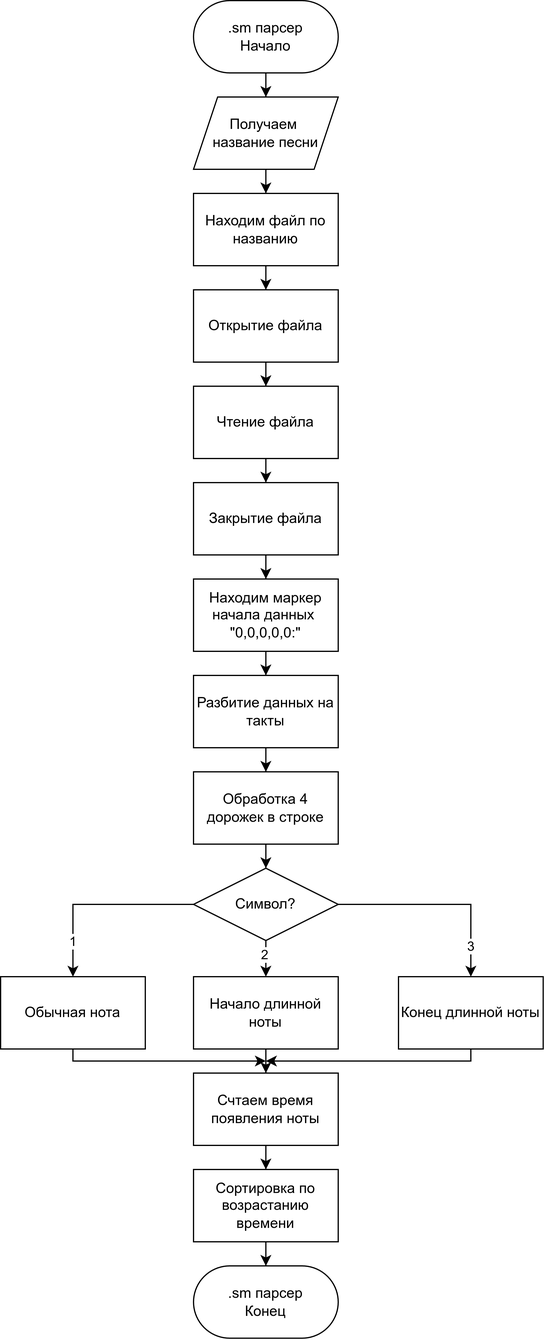
Before: project/drawio/sm_parser.drawio.png, a diagram exported from draw.io (bruress/Cuppa). Source tidied: cells renumbered, new cells last; positions are measured from the earlier drawing's top-left corner, leaving out a move shared by most shapes.
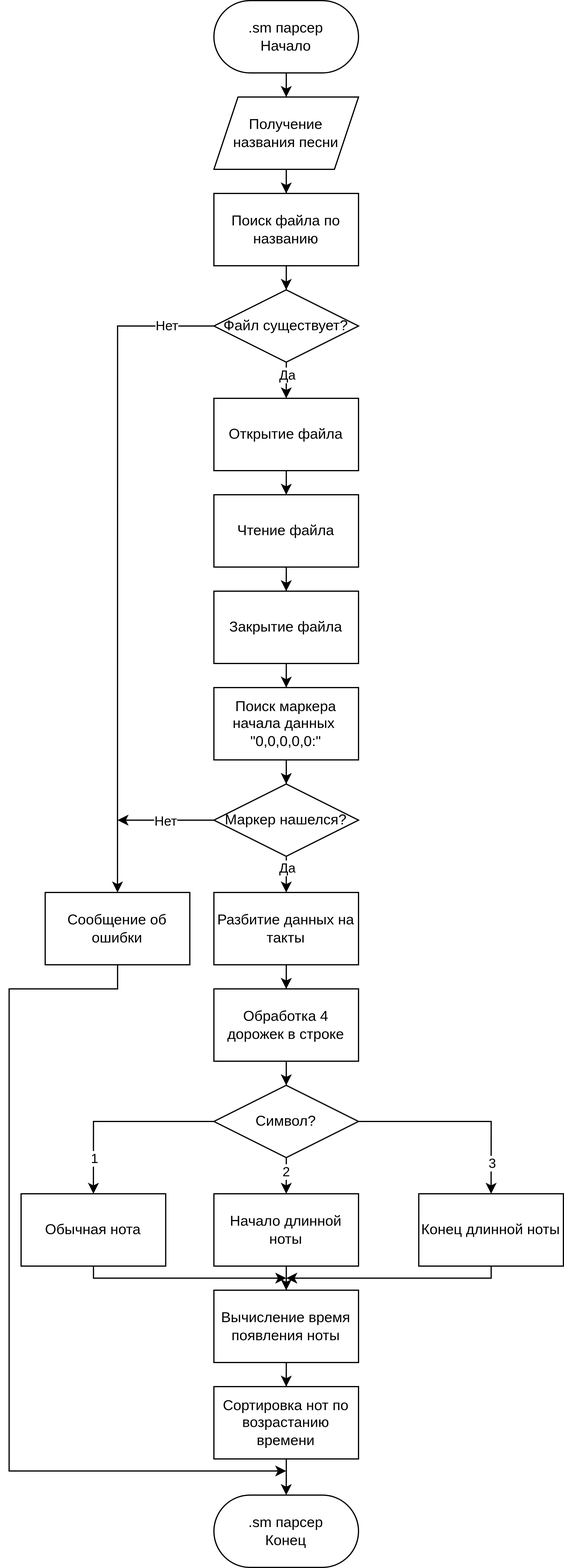
After the change.

What changed in the source:
```diff
@@ -12,47 +12,47 @@
       <mxGeometry relative="1" as="geometry" />
     </mxCell>
     <mxCell id="5" value="Открытие файла" style="rounded=0;whiteSpace=wrap;html=1;" parent="1" vertex="1">
-      <mxGeometry x="160" y="240" width="120" height="60" as="geometry" />
+      <mxGeometry x="160" y="330" width="120" height="60" as="geometry" />
     </mxCell>
     <mxCell id="6" style="edgeStyle=orthogonalEdgeStyle;rounded=0;jettySize=auto;html=1;entryX=0.5;entryY=0;entryDx=0;entryDy=0;" parent="1" edge="1" source="7" target="13">
       <mxGeometry relative="1" as="geometry" />
     </mxCell>
     <mxCell id="7" value="Чтение файла" style="rounded=0;whiteSpace=wrap;html=1;" parent="1" vertex="1">
-      <mxGeometry x="160" y="320" width="120" height="60" as="geometry" />
+      <mxGeometry x="160" y="410" width="120" height="60" as="geometry" />
     </mxCell>
     <mxCell id="8" style="edgeStyle=orthogonalEdgeStyle;rounded=0;jettySize=auto;html=1;entryX=0.5;entryY=0;entryDx=0;entryDy=0;" parent="1" edge="1" source="9" target="11">
       <mxGeometry relative="1" as="geometry" />
     </mxCell>
-    <mxCell id="9" value="Получаем&amp;nbsp;&lt;div&gt;название песни&lt;/div&gt;" style="shape=parallelogram;perimeter=parallelogramPerimeter;whiteSpace=wrap;html=1;fixedSize=1;" parent="1" vertex="1">
+    <mxCell id="9" value="Получение&lt;div&gt;названия песни&lt;/div&gt;" style="shape=parallelogram;perimeter=parallelogramPerimeter;whiteSpace=wrap;html=1;fixedSize=1;" parent="1" vertex="1">
       <mxGeometry x="160" y="80" width="120" height="60" as="geometry" />
     </mxCell>
-    <mxCell id="10" style="edgeStyle=orthogonalEdgeStyle;rounded=0;jettySize=auto;html=1;entryX=0.5;entryY=0;entryDx=0;entryDy=0;" parent="1" edge="1" source="11" target="5">
-      <mxGeometry relative="1" as="geometry" />
-    </mxCell>
+    <mxCell id="38" style="edgeStyle=orthogonalEdgeStyle;rounded=0;jettySize=auto;html=1;entryX=0.5;entryY=0;entryDx=0;entryDy=0;" parent="1" edge="1" source="11" target="44">
+      <mxGeometry relative="1" as="geometry" />
+    </mxCell>
-    <mxCell id="11" value="Находим файл по названию" style="rounded=0;whiteSpace=wrap;html=1;" parent="1" vertex="1">
+    <mxCell id="11" value="Поиск файла по названию" style="rounded=0;whiteSpace=wrap;html=1;" parent="1" vertex="1">
       <mxGeometry x="160" y="160" width="120" height="60" as="geometry" />
     </mxCell>
     <mxCell id="12" style="edgeStyle=orthogonalEdgeStyle;rounded=0;jettySize=auto;html=1;entryX=0.5;entryY=0;entryDx=0;entryDy=0;" parent="1" edge="1" source="13" target="15">
       <mxGeometry relative="1" as="geometry" />
     </mxCell>
     <mxCell id="13" value="Закрытие файла" style="rounded=0;whiteSpace=wrap;html=1;" parent="1" vertex="1">
-      <mxGeometry x="160" y="400" width="120" height="60" as="geometry" />
+      <mxGeometry x="160" y="490" width="120" height="60" as="geometry" />
     </mxCell>
-    <mxCell id="14" style="edgeStyle=orthogonalEdgeStyle;rounded=0;jettySize=auto;html=1;entryX=0.5;entryY=0;entryDx=0;entryDy=0;" parent="1" edge="1" source="15" target="17">
-      <mxGeometry relative="1" as="geometry" />
-    </mxCell>
+    <mxCell id="39" style="edgeStyle=orthogonalEdgeStyle;rounded=0;jettySize=auto;html=1;entryX=0.5;entryY=0;entryDx=0;entryDy=0;" parent="1" edge="1" source="15" target="51">
+      <mxGeometry relative="1" as="geometry" />
+    </mxCell>
-    <mxCell id="15" value="Находим маркер начала данных&amp;nbsp;&lt;div&gt;&quot;0,0,0,0,0:&quot;&lt;/div&gt;" style="rounded=0;whiteSpace=wrap;html=1;" parent="1" vertex="1">
-      <mxGeometry x="160" y="480" width="120" height="60" as="geometry" />
+    <mxCell id="15" value="Поиск маркера начала данных&amp;nbsp;&lt;div&gt;&quot;0,0,0,0,0:&quot;&lt;/div&gt;" style="rounded=0;whiteSpace=wrap;html=1;" parent="1" vertex="1">
+      <mxGeometry x="160" y="570" width="120" height="60" as="geometry" />
     </mxCell>
     <mxCell id="16" style="edgeStyle=orthogonalEdgeStyle;rounded=0;jettySize=auto;html=1;entryX=0.5;entryY=0;entryDx=0;entryDy=0;" parent="1" edge="1" source="17" target="26">
       <mxGeometry relative="1" as="geometry" />
     </mxCell>
     <mxCell id="17" value="Разбитие данных на такты" style="rounded=0;whiteSpace=wrap;html=1;" parent="1" vertex="1">
-      <mxGeometry x="160" y="560" width="120" height="60" as="geometry" />
+      <mxGeometry x="160" y="740" width="120" height="60" as="geometry" />
     </mxCell>
     <mxCell id="18" style="edgeStyle=orthogonalEdgeStyle;rounded=0;jettySize=auto;html=1;entryX=0.5;entryY=0;entryDx=0;entryDy=0;" parent="1" edge="1" source="24">
       <mxGeometry relative="1" as="geometry">
-        <mxPoint x="220" y="810" as="targetPoint" />
+        <mxPoint x="220" y="990" as="targetPoint" />
       </mxGeometry>
     </mxCell>
     <mxCell id="19" value="2" style="edgeLabel;html=1;align=center;verticalAlign=middle;" parent="18" vertex="1">
@@ -62,7 +62,7 @@
     </mxCell>
     <mxCell id="20" style="edgeStyle=orthogonalEdgeStyle;rounded=0;jettySize=auto;html=1;entryX=0.5;entryY=0;entryDx=0;entryDy=0;" parent="1" edge="1" source="24">
       <mxGeometry relative="1" as="geometry">
-        <mxPoint x="60" y="810" as="targetPoint" />
+        <mxPoint x="60" y="990" as="targetPoint" />
       </mxGeometry>
     </mxCell>
     <mxCell id="21" value="1" style="edgeLabel;html=1;align=center;verticalAlign=middle;" parent="20" vertex="1">
@@ -72,7 +72,7 @@
     </mxCell>
     <mxCell id="22" style="edgeStyle=orthogonalEdgeStyle;rounded=0;jettySize=auto;html=1;" parent="1" edge="1" source="24">
       <mxGeometry relative="1" as="geometry">
-        <mxPoint x="390" y="810" as="targetPoint" />
+        <mxPoint x="390" y="990" as="targetPoint" />
       </mxGeometry>
     </mxCell>
     <mxCell id="23" value="3" style="edgeLabel;html=1;align=center;verticalAlign=middle;" parent="22" vertex="1">
@@ -81,58 +81,111 @@
       </mxGeometry>
     </mxCell>
     <mxCell id="24" value="Символ?" style="rhombus;whiteSpace=wrap;html=1;" parent="1" vertex="1">
-      <mxGeometry x="160" y="720" width="120" height="60" as="geometry" />
+      <mxGeometry x="160" y="900" width="120" height="60" as="geometry" />
     </mxCell>
     <mxCell id="25" style="edgeStyle=orthogonalEdgeStyle;rounded=0;jettySize=auto;html=1;entryX=0.5;entryY=0;entryDx=0;entryDy=0;" parent="1" edge="1" source="26" target="24">
       <mxGeometry relative="1" as="geometry" />
     </mxCell>
     <mxCell id="26" value="Обработка 4 дорожек в строке" style="rounded=0;whiteSpace=wrap;html=1;" parent="1" vertex="1">
-      <mxGeometry x="160" y="640" width="120" height="60" as="geometry" />
+      <mxGeometry x="160" y="820" width="120" height="60" as="geometry" />
     </mxCell>
     <mxCell id="27" style="edgeStyle=orthogonalEdgeStyle;rounded=0;jettySize=auto;html=1;" parent="1" edge="1" source="28">
       <mxGeometry relative="1" as="geometry">
-        <mxPoint x="220" y="880" as="targetPoint" />
+        <mxPoint x="220" y="1060" as="targetPoint" />
         <Array as="points">
-          <mxPoint x="60" y="880" />
-          <mxPoint x="220" y="880" />
+          <mxPoint x="60" y="1060" />
+          <mxPoint x="220" y="1060" />
         </Array>
       </mxGeometry>
     </mxCell>
     <mxCell id="28" value="Обычная нота" style="rounded=0;whiteSpace=wrap;html=1;" parent="1" vertex="1">
-      <mxGeometry y="810" width="120" height="60" as="geometry" />
+      <mxGeometry y="990" width="120" height="60" as="geometry" />
     </mxCell>
     <mxCell id="29" style="edgeStyle=orthogonalEdgeStyle;rounded=0;jettySize=auto;html=1;entryX=0.5;entryY=0;entryDx=0;entryDy=0;" parent="1" edge="1" source="30" target="34">
       <mxGeometry relative="1" as="geometry" />
     </mxCell>
     <mxCell id="30" value="Начало длинной ноты" style="rounded=0;whiteSpace=wrap;html=1;" parent="1" vertex="1">
-      <mxGeometry x="160" y="810" width="120" height="60" as="geometry" />
+      <mxGeometry x="160" y="990" width="120" height="60" as="geometry" />
     </mxCell>
     <mxCell id="31" style="edgeStyle=orthogonalEdgeStyle;rounded=0;jettySize=auto;html=1;" parent="1" edge="1" source="32">
       <mxGeometry relative="1" as="geometry">
-        <mxPoint x="220" y="880" as="targetPoint" />
+        <mxPoint x="220" y="1060" as="targetPoint" />
         <Array as="points">
-          <mxPoint x="390" y="880" />
-          <mxPoint x="220" y="880" />
+          <mxPoint x="390" y="1060" />
+          <mxPoint x="220" y="1060" />
         </Array>
       </mxGeometry>
     </mxCell>
     <mxCell id="32" value="Конец длинной ноты" style="rounded=0;whiteSpace=wrap;html=1;" parent="1" vertex="1">
-      <mxGeometry x="330" y="810" width="120" height="60" as="geometry" />
+      <mxGeometry x="330" y="990" width="120" height="60" as="geometry" />
     </mxCell>
     <mxCell id="33" style="edgeStyle=orthogonalEdgeStyle;rounded=0;jettySize=auto;html=1;entryX=0.5;entryY=0;entryDx=0;entryDy=0;" parent="1" edge="1" source="34" target="36">
       <mxGeometry relative="1" as="geometry" />
     </mxCell>
-    <mxCell id="34" value="Счтаем время появления ноты" style="rounded=0;whiteSpace=wrap;html=1;" parent="1" vertex="1">
-      <mxGeometry x="160" y="890" width="120" height="60" as="geometry" />
+    <mxCell id="34" value="Вычисление время появления ноты" style="rounded=0;whiteSpace=wrap;html=1;" parent="1" vertex="1">
+      <mxGeometry x="160" y="1070" width="120" height="60" as="geometry" />
     </mxCell>
     <mxCell id="35" style="edgeStyle=orthogonalEdgeStyle;rounded=0;jettySize=auto;html=1;entryX=0.5;entryY=0;entryDx=0;entryDy=0;" parent="1" edge="1" source="36" target="37">
       <mxGeometry relative="1" as="geometry" />
     </mxCell>
-    <mxCell id="36" value="Сортировка по возрастанию времени" style="rounded=0;whiteSpace=wrap;html=1;" parent="1" vertex="1">
-      <mxGeometry x="160" y="970" width="120" height="60" as="geometry" />
+    <mxCell id="36" value="Сортировка нот по возрастанию времени" style="rounded=0;whiteSpace=wrap;html=1;" parent="1" vertex="1">
+      <mxGeometry x="160" y="1150" width="120" height="60" as="geometry" />
     </mxCell>
     <mxCell id="37" value="&lt;div&gt;.sm парсер&lt;/div&gt;Конец" style="rounded=1;whiteSpace=wrap;html=1;arcSize=50;" parent="1" vertex="1">
-      <mxGeometry x="160" y="1050" width="120" height="60" as="geometry" />
+      <mxGeometry x="160" y="1240" width="120" height="60" as="geometry" />
     </mxCell>
+    <mxCell id="40" style="edgeStyle=orthogonalEdgeStyle;rounded=0;jettySize=auto;html=1;entryX=0.5;entryY=0;entryDx=0;entryDy=0;" parent="1" edge="1" source="44" target="5">
+      <mxGeometry relative="1" as="geometry" />
+    </mxCell>
+    <mxCell id="41" value="Да" style="edgeLabel;html=1;align=center;verticalAlign=middle;" parent="40" vertex="1">
+      <mxGeometry x="0.33" y="-1" relative="1" as="geometry">
+        <mxPoint x="1" y="-3" as="offset" />
+      </mxGeometry>
+    </mxCell>
+    <mxCell id="42" style="edgeStyle=orthogonalEdgeStyle;rounded=0;jettySize=auto;html=1;entryX=0.5;entryY=0;entryDx=0;entryDy=0;" parent="1" edge="1" source="44" target="46">
+      <mxGeometry relative="1" as="geometry" />
+    </mxCell>
+    <mxCell id="43" value="Нет" style="edgeLabel;html=1;align=center;verticalAlign=middle;" parent="42" vertex="1">
+      <mxGeometry x="-0.49" y="1" relative="1" as="geometry">
+        <mxPoint x="39" y="-61" as="offset" />
+      </mxGeometry>
+    </mxCell>
+    <mxCell id="44" value="Файл существует?" style="rhombus;whiteSpace=wrap;html=1;" parent="1" vertex="1">
+      <mxGeometry x="160" y="240" width="120" height="60" as="geometry" />
+    </mxCell>
+    <mxCell id="45" style="edgeStyle=orthogonalEdgeStyle;rounded=0;jettySize=auto;html=1;" parent="1" edge="1" source="46">
+      <mxGeometry relative="1" as="geometry">
+        <mxPoint x="220" y="1220" as="targetPoint" />
+        <Array as="points">
+          <mxPoint x="80" y="820" />
+          <mxPoint x="-10" y="820" />
+          <mxPoint x="-10" y="1220" />
+        </Array>
+      </mxGeometry>
+    </mxCell>
+    <mxCell id="46" value="Сообщение об ошибки" style="rounded=0;whiteSpace=wrap;html=1;" parent="1" vertex="1">
+      <mxGeometry x="20" y="740" width="120" height="60" as="geometry" />
+    </mxCell>
+    <mxCell id="47" style="edgeStyle=orthogonalEdgeStyle;rounded=0;jettySize=auto;html=1;entryX=0.5;entryY=0;entryDx=0;entryDy=0;" parent="1" edge="1" source="51" target="17">
+      <mxGeometry relative="1" as="geometry" />
+    </mxCell>
+    <mxCell id="48" value="Да" style="edgeLabel;html=1;align=center;verticalAlign=middle;" parent="47" vertex="1">
+      <mxGeometry x="0.04" relative="1" as="geometry">
+        <mxPoint y="-4" as="offset" />
+      </mxGeometry>
+    </mxCell>
+    <mxCell id="49" style="edgeStyle=orthogonalEdgeStyle;rounded=0;jettySize=auto;html=1;" parent="1" edge="1" source="51">
+      <mxGeometry relative="1" as="geometry">
+        <mxPoint x="80" y="680" as="targetPoint" />
+      </mxGeometry>
+    </mxCell>
+    <mxCell id="50" value="Нет" style="edgeLabel;html=1;align=center;verticalAlign=middle;" parent="49" vertex="1">
+      <mxGeometry x="0.17" relative="1" as="geometry">
+        <mxPoint x="6" as="offset" />
+      </mxGeometry>
+    </mxCell>
+    <mxCell id="51" value="Маркер нашелся?" style="rhombus;whiteSpace=wrap;html=1;" parent="1" vertex="1">
+      <mxGeometry x="160" y="650" width="120" height="60" as="geometry" />
+    </mxCell>
   </root>
 </mxGraphModel>
```
